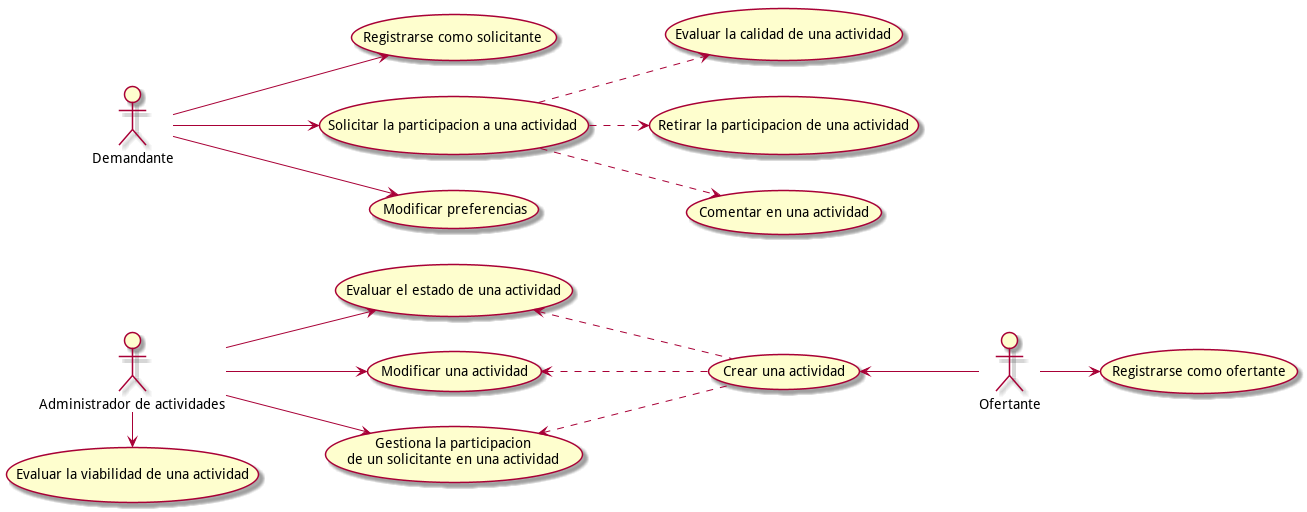
Above: uml/casos_de_uso.png in CarlosRA97/AprendizajeServicioVoluntario (PlantUML), before the change. Source of this version:
```plantuml
@startuml casos_de_uso

actor Admin     as "Administrador de actividades"
actor Demand    as "Demandante"
actor Offer     as "Ofertante"

(Registrarse como solicitante)                  as RegisterDemand
(Registrarse como ofertante)                    as RegisterOffer
(Solicitar la participacion a una actividad)    as RequestActivity
(Evaluar la calidad de una actividad)           as EvaluateQuality
(Evaluar la viabilidad de una actividad)        as EvaluateViability
(Retirar la participacion de una actividad)     as RemoveParticipation
(Comentar en una actividad)                     as CommentActivity
(Modificar una actividad)                       as ModifyActivity
(Evaluar el estado de una actividad)            as EvaluateActivityStatus
(Crear una actividad)                           as CreateActivity
(Modificar preferencias)                        as ModifyPrefernces
usecase ManageParticipation as "Gestiona la participacion
de un solicitante en una actividad"


left to right direction

Demand --> RegisterDemand
Demand --> RequestActivity
Demand --> ModifyPrefernces

RequestActivity ..> EvaluateQuality
RequestActivity ..> RemoveParticipation
RequestActivity ..> CommentActivity

Admin -right-> EvaluateViability
Admin --> ManageParticipation
Admin --> ModifyActivity
Admin --> EvaluateActivityStatus

Offer -down-> RegisterOffer
Offer -up-> CreateActivity

CreateActivity .up.> ManageParticipation
CreateActivity .up.> ModifyActivity
CreateActivity .up.> EvaluateActivityStatus

@enduml
```
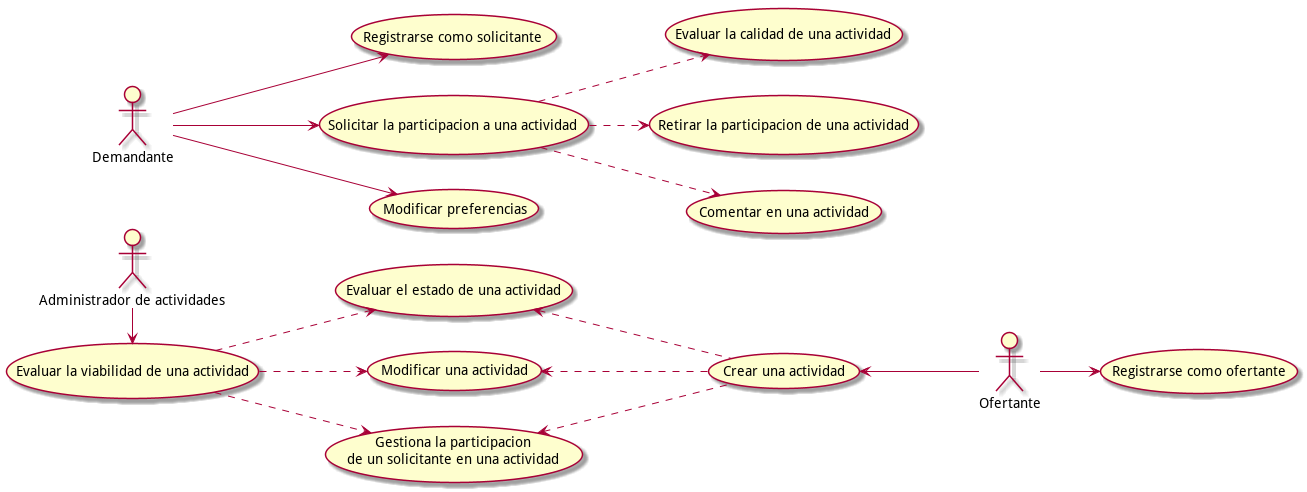
Later version of the same file.

Commit message:
:rocket: adding generated diagrams

What changed in the source:
```diff
@@ -30,9 +30,9 @@
 RequestActivity ..> CommentActivity
 
 Admin -right-> EvaluateViability
-Admin --> ManageParticipation
-Admin --> ModifyActivity
-Admin --> EvaluateActivityStatus
+EvaluateViability ..> ManageParticipation
+EvaluateViability ..> ModifyActivity
+EvaluateViability ..> EvaluateActivityStatus
 
 Offer -down-> RegisterOffer
 Offer -up-> CreateActivity
```
